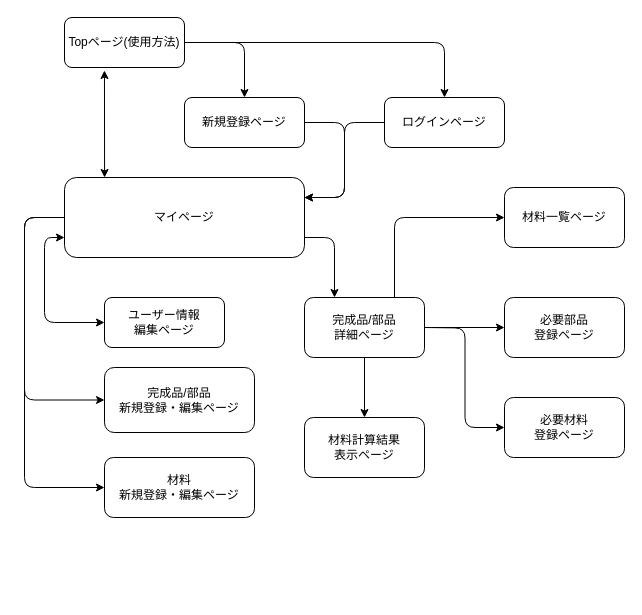
orange-soba/material_control keeps this draw.io diagram as ScreenFlowDiagram.drawio. Above is the earlier version. Source tidied: cells renumbered, new cells numbered last; positions are measured from the earlier drawing's top-left corner, leaving out a move shared by most shapes. Both pictures are drawn from the tidied source at 100%, with x=0, y=0 at pixel (24, 17).
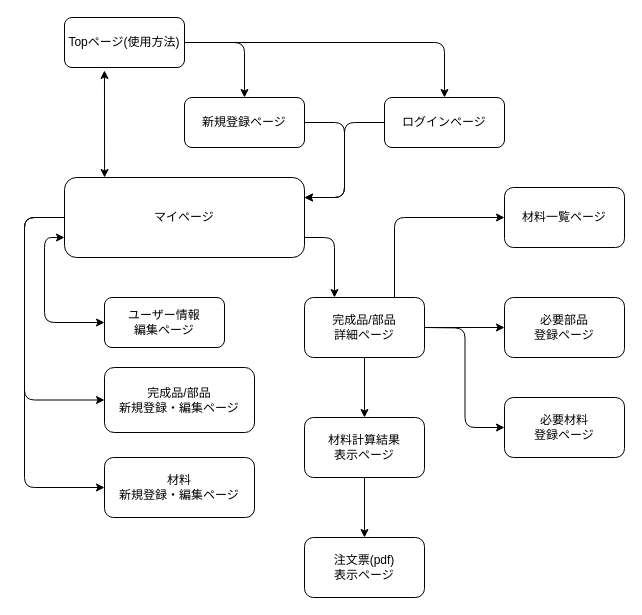
The same page after the edit.

Commit message:
画面遷移図の更新

The change refers to these unchanged cells:
```xml
<mxCell id="18" value="材料計算結果&lt;br&gt;表示ページ" style="rounded=1;whiteSpace=wrap;html=1;" parent="1" vertex="1">
  <mxGeometry x="280" y="400" width="120" height="60" as="geometry" />
</mxCell>
```

What changed in the source:
```diff
@@
+    <mxCell id="27" value="注文票(pdf)&lt;br&gt;表示ページ" style="rounded=1;whiteSpace=wrap;html=1;" parent="1" vertex="1">
+      <mxGeometry x="280" y="520" width="120" height="60" as="geometry" />
+    </mxCell>
+    <mxCell id="28" style="endArrow=classic;html=1;entryX=0.5;entryY=0;entryDx=0;entryDy=0;exitX=0.5;exitY=1;exitDx=0;exitDy=0;" parent="1" edge="1" source="18" target="27">
+      <mxGeometry relative="1" as="geometry" />
+    </mxCell>
```
